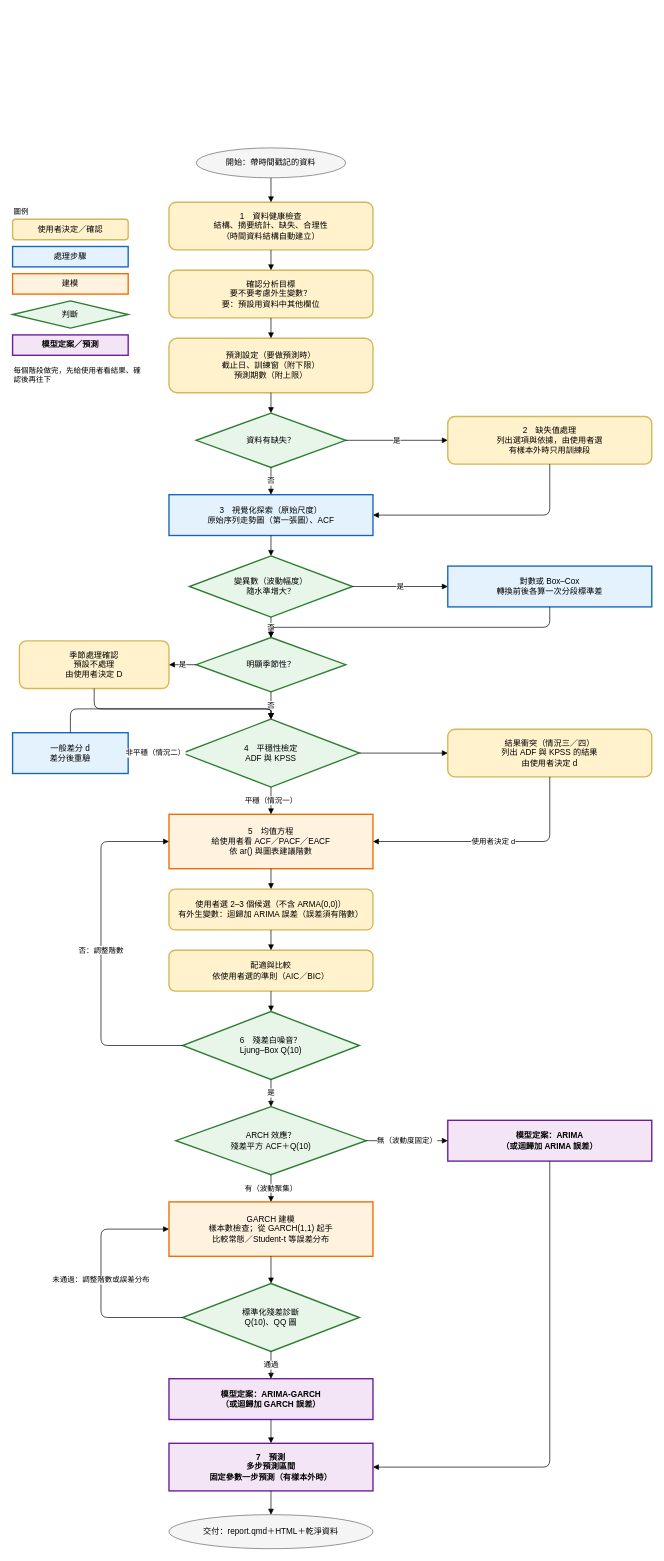
Above: references/workflow.drawio in MinaseInori1202/timeseries-analysis (draw.io), before the change. Source tidied: cells renumbered, new cells numbered last; positions are measured from the earlier drawing's top-left corner, leaving out a move shared by most shapes. Both pictures are drawn from the tidied source at 68%, with x=0, y=0 at pixel (12, 148).
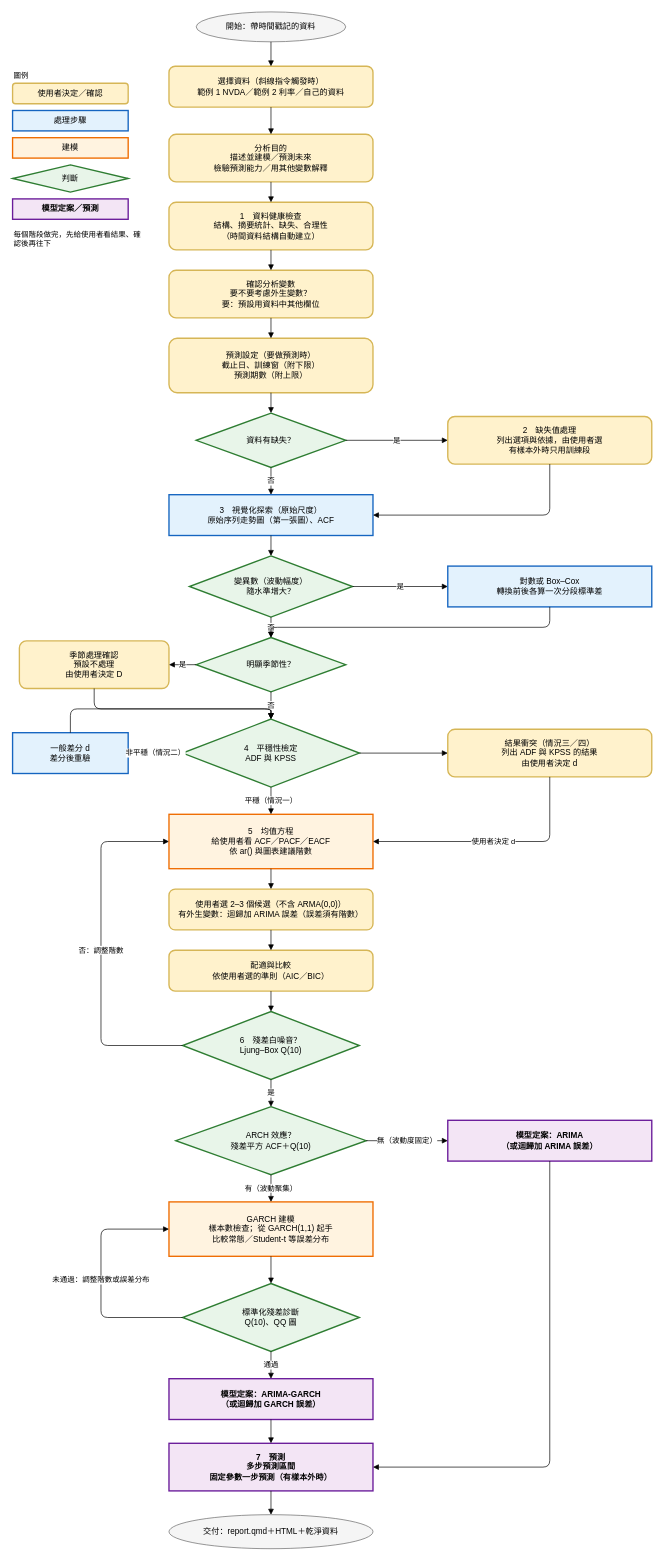
After the change.

Commit message (it also covers changes not shown here):
Opening question on the analysis purpose; flowchart and guide links

The change refers to these unchanged cells:
```xml
<mxCell id="3" value="1　資料健康檢查&#10;結構、摘要統計、缺失、合理性&#10;（時間資料結構自動建立）" style="rounded=1;whiteSpace=wrap;html=1;fillColor=#fff2cc;strokeColor=#d6b656;strokeWidth=2;" parent="1" vertex="1">
  <mxGeometry x="230" y="80" width="300" height="70" as="geometry" />
</mxCell>
```

Diff of the diagram source:
```diff
@@
     <mxCell id="2" value="開始：帶時間戳記的資料" style="ellipse;whiteSpace=wrap;html=1;fillColor=#f5f5f5;strokeColor=#666666;" parent="1" vertex="1">
-      <mxGeometry x="270" width="220" height="44" as="geometry" />
+      <mxGeometry x="270" y="-200" width="220" height="44" as="geometry" />
     </mxCell>
+    <mxCell id="66" value="選擇資料（斜線指令觸發時）&#10;範例 1 NVDA／範例 2 利率／自己的資料" style="rounded=1;whiteSpace=wrap;html=1;fillColor=#fff2cc;strokeColor=#d6b656;strokeWidth=2;" parent="1" vertex="1">
+      <mxGeometry x="230" y="-120" width="300" height="60" as="geometry" />
+    </mxCell>
+    <mxCell id="67" value="分析目的&#10;描述並建模／預測未來&#10;檢驗預測能力／用其他變數解釋" style="rounded=1;whiteSpace=wrap;html=1;fillColor=#fff2cc;strokeColor=#d6b656;strokeWidth=2;" parent="1" vertex="1">
+      <mxGeometry x="230" y="-20" width="300" height="70" as="geometry" />
+    </mxCell>
@@
-    <mxCell id="4" value="確認分析目標&#10;要不要考慮外生變數？&#10;要：預設用資料中其他欄位" style="rounded=1;whiteSpace=wrap;html=1;fillColor=#fff2cc;strokeColor=#d6b656;strokeWidth=2;" parent="1" vertex="1">
+    <mxCell id="4" value="確認分析變數&#10;要不要考慮外生變數？&#10;要：預設用資料中其他欄位" style="rounded=1;whiteSpace=wrap;html=1;fillColor=#fff2cc;strokeColor=#d6b656;strokeWidth=2;" parent="1" vertex="1">
       <mxGeometry x="230" y="180" width="300" height="70" as="geometry" />
     </mxCell>
@@
     <mxCell id="27" value="圖例" style="text;html=1;whiteSpace=wrap;align=left;fontSize=11;" parent="1" vertex="1">
-      <mxGeometry y="80" width="160" height="20" as="geometry" />
+      <mxGeometry y="-120" width="160" height="20" as="geometry" />
     </mxCell>
     <mxCell id="28" value="使用者決定／確認" style="rounded=1;whiteSpace=wrap;html=1;fillColor=#fff2cc;strokeColor=#d6b656;strokeWidth=2;" parent="1" vertex="1">
-      <mxGeometry y="105" width="170" height="30" as="geometry" />
+      <mxGeometry y="-95" width="170" height="30" as="geometry" />
     </mxCell>
     <mxCell id="29" value="處理步驟" style="rounded=0;whiteSpace=wrap;html=1;fillColor=#e3f2fd;strokeColor=#1565c0;strokeWidth=2;" parent="1" vertex="1">
-      <mxGeometry y="145" width="170" height="30" as="geometry" />
+      <mxGeometry y="-55" width="170" height="30" as="geometry" />
     </mxCell>
     <mxCell id="30" value="建模" style="rounded=0;whiteSpace=wrap;html=1;fillColor=#fff3e0;strokeColor=#ef6c00;strokeWidth=2;" parent="1" vertex="1">
-      <mxGeometry y="185" width="170" height="30" as="geometry" />
+      <mxGeometry y="-15" width="170" height="30" as="geometry" />
     </mxCell>
     <mxCell id="31" value="判斷" style="rhombus;whiteSpace=wrap;html=1;fillColor=#e8f5e9;strokeColor=#2e7d32;strokeWidth=2;" parent="1" vertex="1">
-      <mxGeometry y="225" width="170" height="40" as="geometry" />
+      <mxGeometry y="25" width="170" height="40" as="geometry" />
     </mxCell>
     <mxCell id="32" value="模型定案／預測" style="rounded=0;whiteSpace=wrap;html=1;fillColor=#f3e5f5;strokeColor=#6a1b9a;strokeWidth=2;fontStyle=1;" parent="1" vertex="1">
-      <mxGeometry y="275" width="170" height="30" as="geometry" />
+      <mxGeometry y="75" width="170" height="30" as="geometry" />
     </mxCell>
     <mxCell id="33" value="每個階段做完，先給使用者看結果、確認後再往下" style="text;html=1;whiteSpace=wrap;align=left;fontSize=11;" parent="1" vertex="1">
-      <mxGeometry y="315" width="190" height="40" as="geometry" />
+      <mxGeometry y="115" width="190" height="40" as="geometry" />
     </mxCell>
-    <mxCell id="34" style="edgeStyle=orthogonalEdgeStyle;html=1;endArrow=block;" parent="1" edge="1" source="2" target="3">
+    <mxCell id="34" style="edgeStyle=orthogonalEdgeStyle;html=1;endArrow=block;" parent="1" edge="1" source="2" target="66">
       <mxGeometry relative="1" as="geometry" />
     </mxCell>
+    <mxCell id="68" style="edgeStyle=orthogonalEdgeStyle;html=1;endArrow=block;" parent="1" edge="1" source="66" target="67">
+      <mxGeometry relative="1" as="geometry" />
+    </mxCell>
+    <mxCell id="69" style="edgeStyle=orthogonalEdgeStyle;html=1;endArrow=block;" parent="1" edge="1" source="67" target="3">
+      <mxGeometry relative="1" as="geometry" />
+    </mxCell>
```
